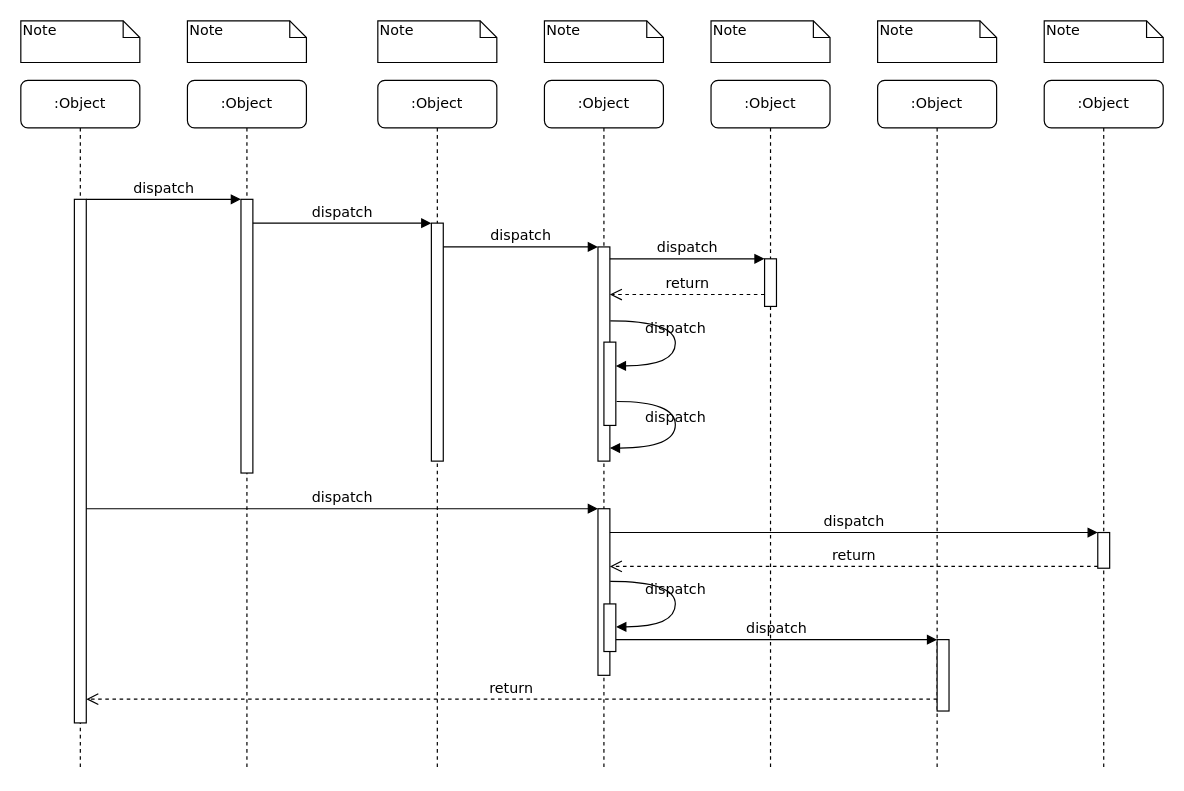
Above: Diagrama sem nome.drawio in JORGEMELO21/drawio (draw.io), before the change. Source tidied: cells renumbered, new cells numbered last; positions are measured from the earlier drawing's top-left corner, leaving out a move shared by most shapes. Both pictures are drawn from the tidied source at 119%, with x=0, y=0 at pixel (20, 20).
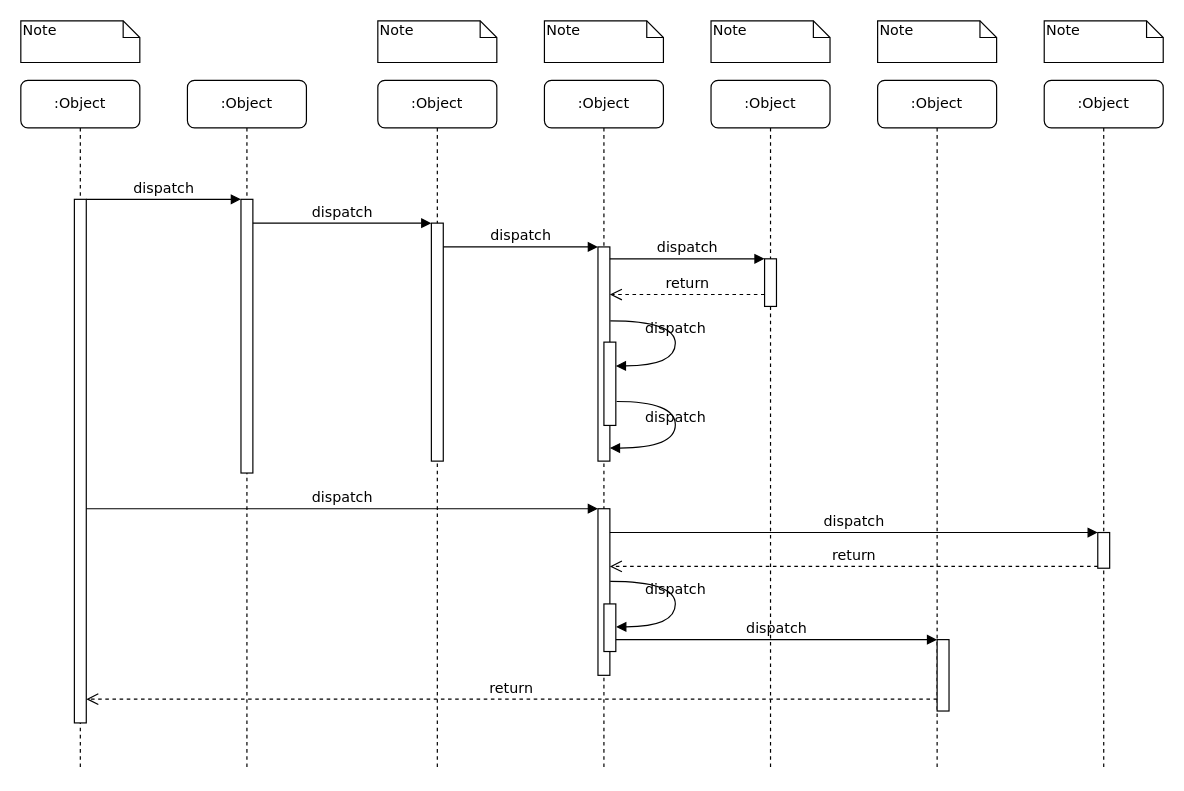
After the change.

Commit message:
alterando diagrama de sequencia

What changed in the source:
```diff
@@
-    <mxCell id="33" value="Note" style="shape=note;whiteSpace=wrap;html=1;size=14;verticalAlign=top;align=left;spacingTop=-6;rounded=0;shadow=0;comic=0;labelBackgroundColor=none;strokeWidth=1;fontFamily=Verdana;fontSize=12;" parent="1" vertex="1">
-      <mxGeometry x="140" width="100" height="35" as="geometry" />
-    </mxCell>
```
